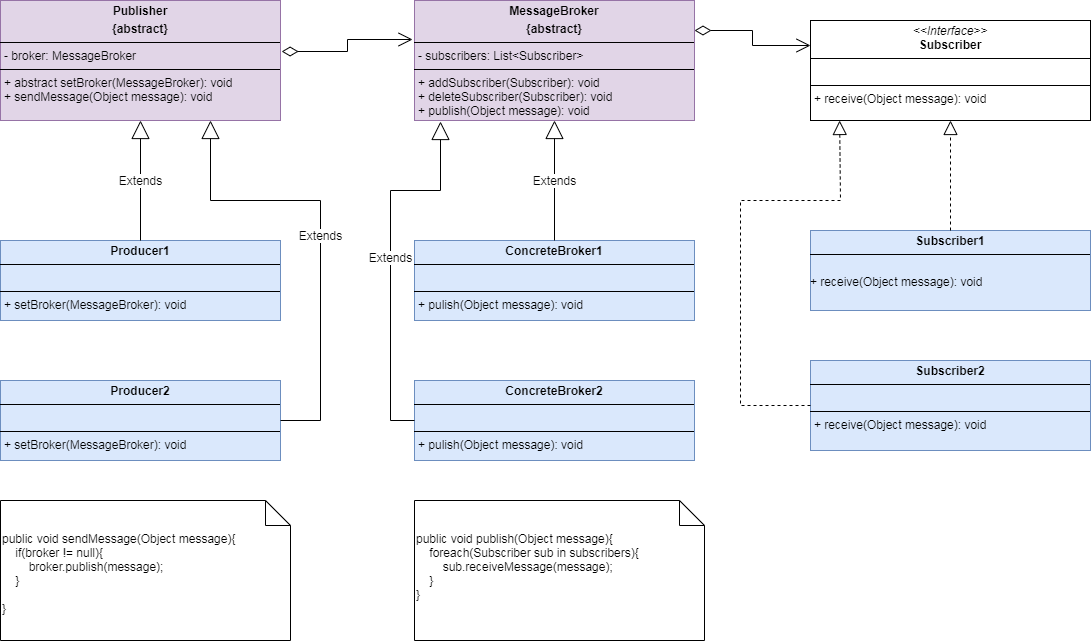
This is assets/pictures/design-patterns/Pattern-Publish-Subscribe.drawio.png from sustamp/sustamp.github.io, a draw.io export, as it was before one commit. Source tidied: cells renumbered, new cells last; positions are measured from the earlier drawing's top-left corner, leaving out a move shared by most shapes. Its diagram source:
```xml
<mxGraphModel background="#FFFFFF">
  <root>
    <mxCell id="0" />
    <mxCell id="1" parent="0" />
    <mxCell id="2" value="&lt;p style=&quot;margin:0px;margin-top:4px;text-align:center;&quot;&gt;&lt;b&gt;MessageBroker&lt;/b&gt;&lt;/p&gt;&lt;p style=&quot;margin:0px;margin-top:4px;text-align:center;&quot;&gt;&lt;b&gt;{abstract}&lt;/b&gt;&lt;/p&gt;&lt;hr size=&quot;1&quot; style=&quot;border-style:solid;&quot;&gt;&lt;p style=&quot;margin:0px;margin-left:4px;&quot;&gt;&lt;span style=&quot;background-color: initial;&quot;&gt;- subscribers: List&amp;lt;Subscriber&amp;gt;&lt;/span&gt;&lt;br&gt;&lt;/p&gt;&lt;hr size=&quot;1&quot; style=&quot;border-style:solid;&quot;&gt;&lt;p style=&quot;margin:0px;margin-left:4px;&quot;&gt;+ addSubscriber(Subscriber): void&lt;/p&gt;&lt;p style=&quot;margin:0px;margin-left:4px;&quot;&gt;+ deleteSubscriber(Subscriber): void&lt;/p&gt;&lt;p style=&quot;margin:0px;margin-left:4px;&quot;&gt;&lt;span style=&quot;background-color: initial;&quot;&gt;+ publish(Object message): void&lt;/span&gt;&lt;/p&gt;" style="verticalAlign=top;align=left;overflow=fill;html=1;whiteSpace=wrap;fillColor=#e1d5e7;strokeColor=#9673a6;" parent="1" vertex="1">
      <mxGeometry x="414" width="280" height="120" as="geometry" />
    </mxCell>
    <mxCell id="3" value="&lt;p style=&quot;margin:0px;margin-top:4px;text-align:center;&quot;&gt;&lt;b&gt;ConcreteBroker1&lt;/b&gt;&lt;/p&gt;&lt;hr size=&quot;1&quot; style=&quot;border-style:solid;&quot;&gt;&lt;p style=&quot;margin:0px;margin-left:4px;&quot;&gt;&lt;br&gt;&lt;/p&gt;&lt;hr size=&quot;1&quot; style=&quot;border-style:solid;&quot;&gt;&lt;p style=&quot;margin:0px;margin-left:4px;&quot;&gt;+ pulish(Object message): void&lt;/p&gt;" style="verticalAlign=top;align=left;overflow=fill;html=1;whiteSpace=wrap;fillColor=#dae8fc;strokeColor=#6c8ebf;" parent="1" vertex="1">
      <mxGeometry x="414" y="240" width="280" height="80" as="geometry" />
    </mxCell>
    <mxCell id="4" value="&lt;p style=&quot;margin:0px;margin-top:4px;text-align:center;&quot;&gt;&lt;i&gt;&amp;lt;&amp;lt;Interface&amp;gt;&amp;gt;&lt;/i&gt;&lt;br&gt;&lt;b&gt;Subscriber&lt;/b&gt;&lt;br&gt;&lt;/p&gt;&lt;hr size=&quot;1&quot; style=&quot;border-style:solid;&quot;&gt;&lt;p style=&quot;margin:0px;margin-left:4px;&quot;&gt;&lt;br&gt;&lt;/p&gt;&lt;hr size=&quot;1&quot; style=&quot;border-style:solid;&quot;&gt;&lt;p style=&quot;margin:0px;margin-left:4px;&quot;&gt;&lt;span style=&quot;background-color: initial;&quot;&gt;+ receive(Object message): void&lt;/span&gt;&lt;br&gt;&lt;/p&gt;" style="verticalAlign=top;align=left;overflow=fill;html=1;whiteSpace=wrap;" parent="1" vertex="1">
      <mxGeometry x="810" y="20" width="280" height="100" as="geometry" />
    </mxCell>
    <mxCell id="5" value="&lt;p style=&quot;margin:0px;margin-top:4px;text-align:center;&quot;&gt;&lt;b&gt;Subscriber1&lt;/b&gt;&lt;/p&gt;&lt;hr size=&quot;1&quot; style=&quot;border-style:solid;&quot;&gt;&lt;p style=&quot;margin:0px;margin-left:4px;&quot;&gt;&lt;br&gt;&lt;/p&gt;+ receive(Object message): void" style="verticalAlign=top;align=left;overflow=fill;html=1;whiteSpace=wrap;fillColor=#dae8fc;strokeColor=#6c8ebf;" parent="1" vertex="1">
      <mxGeometry x="810" y="230" width="280" height="80" as="geometry" />
    </mxCell>
    <mxCell id="6" style="endArrow=open;html=1;endSize=12;startArrow=diamondThin;startSize=14;startFill=0;edgeStyle=orthogonalEdgeStyle;align=left;verticalAlign=bottom;rounded=0;entryX=0;entryY=0.25;entryDx=0;entryDy=0;exitX=1;exitY=0.25;exitDx=0;exitDy=0;" parent="1" edge="1" source="2" target="4">
      <mxGeometry x="-1" y="3" relative="1" as="geometry" />
    </mxCell>
    <mxCell id="7" style="endArrow=block;dashed=1;endFill=0;endSize=12;html=1;rounded=0;entryX=0.5;entryY=1;entryDx=0;entryDy=0;exitX=0.5;exitY=0;exitDx=0;exitDy=0;" parent="1" edge="1" source="5" target="4">
      <mxGeometry relative="1" as="geometry" />
    </mxCell>
    <mxCell id="8" value="&lt;p style=&quot;margin:0px;margin-top:4px;text-align:center;&quot;&gt;&lt;b&gt;Publisher&lt;/b&gt;&lt;/p&gt;&lt;p style=&quot;margin:0px;margin-top:4px;text-align:center;&quot;&gt;&lt;b&gt;{abstract}&lt;/b&gt;&lt;b&gt;&lt;br&gt;&lt;/b&gt;&lt;/p&gt;&lt;hr size=&quot;1&quot; style=&quot;border-style:solid;&quot;&gt;&lt;p style=&quot;margin:0px;margin-left:4px;&quot;&gt;- broker: MessageBroker&lt;/p&gt;&lt;hr size=&quot;1&quot; style=&quot;border-style:solid;&quot;&gt;&lt;p style=&quot;margin:0px;margin-left:4px;&quot;&gt;+ abstract setBroker(MessageBroker): void&lt;/p&gt;&lt;p style=&quot;margin:0px;margin-left:4px;&quot;&gt;+ sendMessage(Object message): void&lt;/p&gt;" style="verticalAlign=top;align=left;overflow=fill;html=1;whiteSpace=wrap;fillColor=#e1d5e7;strokeColor=#9673a6;" parent="1" vertex="1">
      <mxGeometry width="280" height="120" as="geometry" />
    </mxCell>
    <mxCell id="9" style="endArrow=open;html=1;endSize=12;startArrow=diamondThin;startSize=14;startFill=0;edgeStyle=orthogonalEdgeStyle;align=left;verticalAlign=bottom;rounded=0;entryX=-0.007;entryY=0.325;entryDx=0;entryDy=0;exitX=1.004;exitY=0.425;exitDx=0;exitDy=0;exitPerimeter=0;entryPerimeter=0;" parent="1" edge="1" source="8" target="2">
      <mxGeometry x="-1" y="3" relative="1" as="geometry" />
    </mxCell>
    <mxCell id="10" value="&lt;p style=&quot;margin:0px;margin-top:4px;text-align:center;&quot;&gt;&lt;b&gt;ConcreteBroker2&lt;/b&gt;&lt;/p&gt;&lt;hr size=&quot;1&quot; style=&quot;border-style:solid;&quot;&gt;&lt;p style=&quot;margin:0px;margin-left:4px;&quot;&gt;&lt;br&gt;&lt;/p&gt;&lt;hr size=&quot;1&quot; style=&quot;border-style:solid;&quot;&gt;&lt;p style=&quot;margin:0px;margin-left:4px;&quot;&gt;+ pulish(Object message): void&lt;br&gt;&lt;/p&gt;" style="verticalAlign=top;align=left;overflow=fill;html=1;whiteSpace=wrap;fillColor=#dae8fc;strokeColor=#6c8ebf;" parent="1" vertex="1">
      <mxGeometry x="414" y="380" width="280" height="80" as="geometry" />
    </mxCell>
    <mxCell id="11" value="Extends" style="endArrow=block;endSize=16;endFill=0;html=1;rounded=0;exitX=0;exitY=0.5;exitDx=0;exitDy=0;" parent="1" edge="1" source="10">
      <mxGeometry relative="1" as="geometry">
        <mxPoint x="440" y="121" as="targetPoint" />
        <Array as="points">
          <mxPoint x="390" y="420" />
          <mxPoint x="390" y="190" />
          <mxPoint x="440" y="190" />
        </Array>
      </mxGeometry>
    </mxCell>
    <mxCell id="12" value="&lt;p style=&quot;margin:0px;margin-top:4px;text-align:center;&quot;&gt;&lt;b&gt;Subscriber2&lt;/b&gt;&lt;/p&gt;&lt;hr size=&quot;1&quot; style=&quot;border-style:solid;&quot;&gt;&lt;p style=&quot;margin:0px;margin-left:4px;&quot;&gt;&lt;br&gt;&lt;/p&gt;&lt;hr size=&quot;1&quot; style=&quot;border-style:solid;&quot;&gt;&lt;p style=&quot;margin: 0px 0px 0px 4px;&quot;&gt;+ receive(Object message): void&lt;br&gt;&lt;/p&gt;" style="verticalAlign=top;align=left;overflow=fill;html=1;whiteSpace=wrap;fillColor=#dae8fc;strokeColor=#6c8ebf;" parent="1" vertex="1">
      <mxGeometry x="810" y="360" width="280" height="90" as="geometry" />
    </mxCell>
    <mxCell id="13" style="endArrow=block;dashed=1;endFill=0;endSize=12;html=1;rounded=0;entryX=0.104;entryY=1;entryDx=0;entryDy=0;entryPerimeter=0;" parent="1" edge="1" target="4">
      <mxGeometry relative="1" as="geometry">
        <mxPoint x="810" y="405" as="sourcePoint" />
        <Array as="points">
          <mxPoint x="740" y="405" />
          <mxPoint x="740" y="200" />
          <mxPoint x="840" y="200" />
        </Array>
      </mxGeometry>
    </mxCell>
    <mxCell id="14" value="public void publish(Object message){&lt;div&gt;&amp;nbsp; &amp;nbsp; foreach(Subscriber sub in subscribers){&lt;/div&gt;&lt;div&gt;&amp;nbsp; &amp;nbsp; &amp;nbsp; &amp;nbsp; sub.receiveMessage(message);&lt;/div&gt;&lt;div&gt;&amp;nbsp; &amp;nbsp; }&amp;nbsp;&lt;/div&gt;&lt;div&gt;}&lt;/div&gt;&lt;div&gt;&lt;br&gt;&lt;/div&gt;" style="shape=note2;boundedLbl=1;whiteSpace=wrap;html=1;size=25;verticalAlign=top;align=left;" parent="1" vertex="1">
      <mxGeometry x="414" y="500" width="290" height="140" as="geometry" />
    </mxCell>
    <mxCell id="15" value="public void sendMessage(Object message){&lt;div&gt;&amp;nbsp; &amp;nbsp; if(broker != null){&lt;/div&gt;&lt;div&gt;&amp;nbsp; &amp;nbsp; &amp;nbsp; &amp;nbsp; broker.publish(message);&lt;br&gt;&lt;/div&gt;&lt;div&gt;&amp;nbsp; &amp;nbsp; }&lt;br&gt;&lt;div&gt;&lt;br&gt;&lt;div&gt;}&lt;/div&gt;&lt;div&gt;&lt;br&gt;&lt;/div&gt;&lt;/div&gt;&lt;/div&gt;" style="shape=note2;boundedLbl=1;whiteSpace=wrap;html=1;size=25;verticalAlign=top;align=left;" parent="1" vertex="1">
      <mxGeometry y="500" width="290" height="140" as="geometry" />
    </mxCell>
    <mxCell id="16" value="&lt;p style=&quot;margin:0px;margin-top:4px;text-align:center;&quot;&gt;&lt;b&gt;Producer1&lt;/b&gt;&lt;/p&gt;&lt;hr size=&quot;1&quot; style=&quot;border-style:solid;&quot;&gt;&lt;p style=&quot;margin:0px;margin-left:4px;&quot;&gt;&lt;br&gt;&lt;/p&gt;&lt;hr size=&quot;1&quot; style=&quot;border-style:solid;&quot;&gt;&lt;p style=&quot;margin:0px;margin-left:4px;&quot;&gt;+ setBroker(MessageBroker): void&lt;/p&gt;" style="verticalAlign=top;align=left;overflow=fill;html=1;whiteSpace=wrap;fillColor=#dae8fc;strokeColor=#6c8ebf;" parent="1" vertex="1">
      <mxGeometry y="240" width="280" height="80" as="geometry" />
    </mxCell>
    <mxCell id="17" value="Extends" style="endArrow=block;endSize=16;endFill=0;html=1;rounded=0;entryX=0.5;entryY=1;entryDx=0;entryDy=0;" parent="1" edge="1" source="16" target="8">
      <mxGeometry relative="1" as="geometry" />
    </mxCell>
    <mxCell id="18" value="&lt;p style=&quot;margin:0px;margin-top:4px;text-align:center;&quot;&gt;&lt;b&gt;Producer2&lt;/b&gt;&lt;/p&gt;&lt;hr size=&quot;1&quot; style=&quot;border-style:solid;&quot;&gt;&lt;p style=&quot;margin:0px;margin-left:4px;&quot;&gt;&lt;br&gt;&lt;/p&gt;&lt;hr size=&quot;1&quot; style=&quot;border-style:solid;&quot;&gt;&lt;p style=&quot;margin:0px;margin-left:4px;&quot;&gt;+ setBroker(MessageBroker): void&lt;/p&gt;" style="verticalAlign=top;align=left;overflow=fill;html=1;whiteSpace=wrap;fillColor=#dae8fc;strokeColor=#6c8ebf;" parent="1" vertex="1">
      <mxGeometry y="380" width="280" height="80" as="geometry" />
    </mxCell>
    <mxCell id="19" value="Extends" style="endArrow=block;endSize=16;endFill=0;html=1;rounded=0;entryX=0.5;entryY=1;entryDx=0;entryDy=0;" parent="1" edge="1" target="2">
      <mxGeometry relative="1" as="geometry">
        <mxPoint x="554" y="240" as="sourcePoint" />
      </mxGeometry>
    </mxCell>
    <mxCell id="20" value="Extends" style="endArrow=block;endSize=16;endFill=0;html=1;rounded=0;entryX=0.75;entryY=1;entryDx=0;entryDy=0;exitX=1;exitY=0.5;exitDx=0;exitDy=0;" parent="1" edge="1" source="18" target="8">
      <mxGeometry relative="1" as="geometry">
        <Array as="points">
          <mxPoint x="320" y="420" />
          <mxPoint x="320" y="200" />
          <mxPoint x="210" y="200" />
        </Array>
      </mxGeometry>
    </mxCell>
  </root>
</mxGraphModel>
```
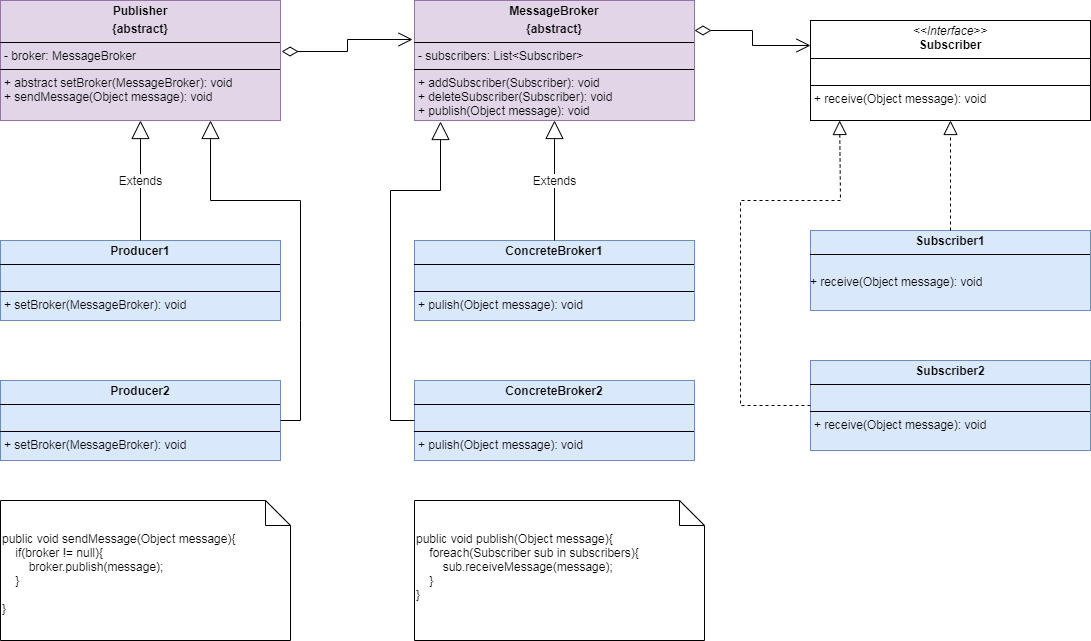
After the commit.

Commit message:
上传设计模式类图-适配器模式

What changed in the source:
```diff
@@ -29,7 +29,7 @@
     <mxCell id="10" value="&lt;p style=&quot;margin:0px;margin-top:4px;text-align:center;&quot;&gt;&lt;b&gt;ConcreteBroker2&lt;/b&gt;&lt;/p&gt;&lt;hr size=&quot;1&quot; style=&quot;border-style:solid;&quot;&gt;&lt;p style=&quot;margin:0px;margin-left:4px;&quot;&gt;&lt;br&gt;&lt;/p&gt;&lt;hr size=&quot;1&quot; style=&quot;border-style:solid;&quot;&gt;&lt;p style=&quot;margin:0px;margin-left:4px;&quot;&gt;+ pulish(Object message): void&lt;br&gt;&lt;/p&gt;" style="verticalAlign=top;align=left;overflow=fill;html=1;whiteSpace=wrap;fillColor=#dae8fc;strokeColor=#6c8ebf;" parent="1" vertex="1">
       <mxGeometry x="414" y="380" width="280" height="80" as="geometry" />
     </mxCell>
-    <mxCell id="11" value="Extends" style="endArrow=block;endSize=16;endFill=0;html=1;rounded=0;exitX=0;exitY=0.5;exitDx=0;exitDy=0;" parent="1" edge="1" source="10">
+    <mxCell id="11" style="endArrow=block;endSize=16;endFill=0;html=1;rounded=0;exitX=0;exitY=0.5;exitDx=0;exitDy=0;" parent="1" edge="1" source="10">
       <mxGeometry relative="1" as="geometry">
         <mxPoint x="440" y="121" as="targetPoint" />
         <Array as="points">
@@ -72,11 +72,12 @@
         <mxPoint x="554" y="240" as="sourcePoint" />
       </mxGeometry>
     </mxCell>
-    <mxCell id="20" value="Extends" style="endArrow=block;endSize=16;endFill=0;html=1;rounded=0;entryX=0.75;entryY=1;entryDx=0;entryDy=0;exitX=1;exitY=0.5;exitDx=0;exitDy=0;" parent="1" edge="1" source="18" target="8">
+    <mxCell id="20" style="endArrow=block;endSize=16;endFill=0;html=1;rounded=0;entryX=0.75;entryY=1;entryDx=0;entryDy=0;exitX=1;exitY=0.5;exitDx=0;exitDy=0;" parent="1" edge="1" source="18" target="8">
       <mxGeometry relative="1" as="geometry">
         <Array as="points">
-          <mxPoint x="320" y="420" />
-          <mxPoint x="320" y="200" />
+          <mxPoint x="300" y="420" />
+          <mxPoint x="300" y="320" />
+          <mxPoint x="300" y="200" />
           <mxPoint x="210" y="200" />
         </Array>
       </mxGeometry>
```
